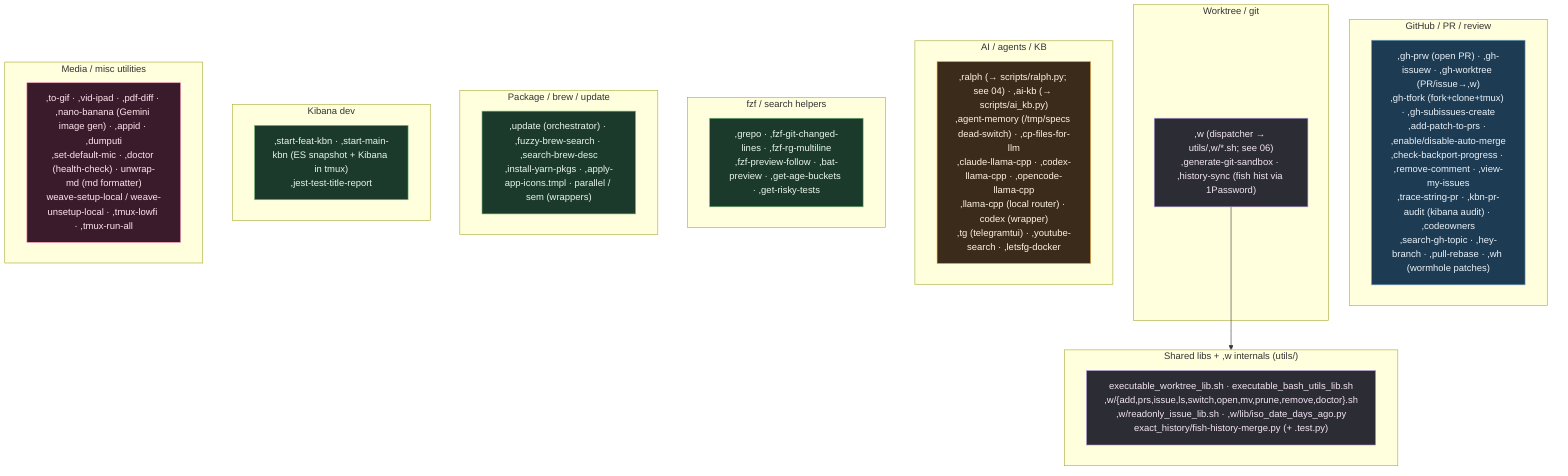
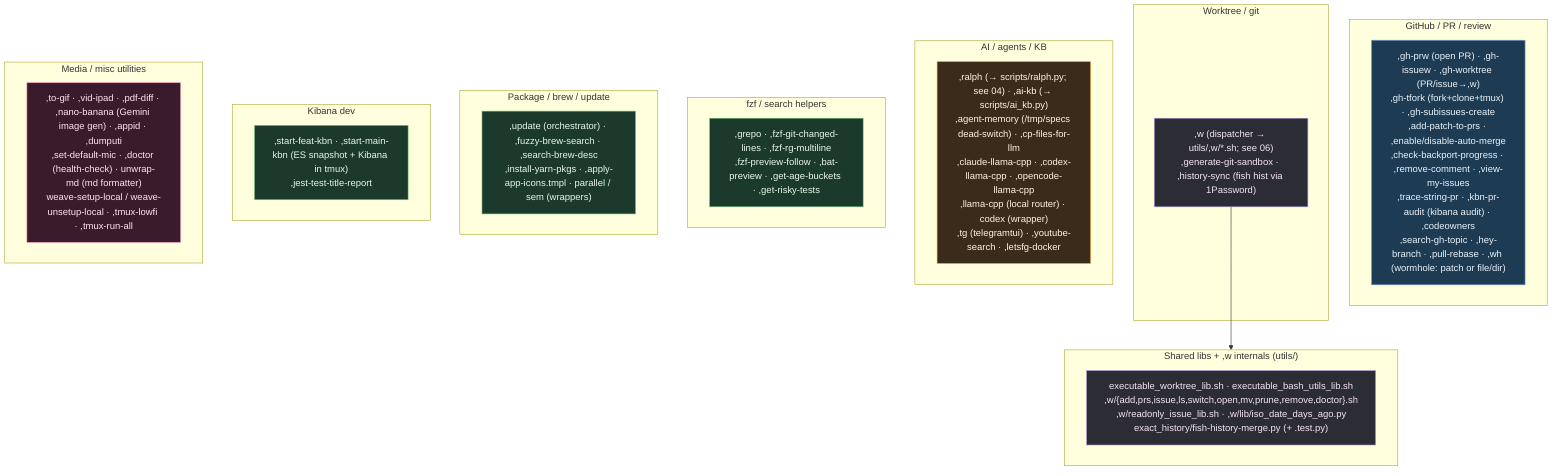
%% ============================================================================
%% 07c-bin-commands.mmd — Every script in home/exact_bin/ (80 incl. utils).
%% executable_,* → ~/bin/,* (comma-prefixed user commands). A few are plain
%% wrappers (parallel/sem/codex). Most have a fish completion (07) + some zsh.
%% ============================================================================
flowchart TB
    classDef gh fill:#1d3b53,stroke:#7fb3d5,color:#eaf2f8;
    classDef wt fill:#2c2c34,stroke:#b39ddb,color:#f3e5f5;
    classDef ai fill:#3a2b1b,stroke:#ffb74d,color:#fff3e0;
    classDef media fill:#3a1b2b,stroke:#f48fb1,color:#fce4ec;
    classDef sys fill:#1b3a2b,stroke:#81c784,color:#e8f5e9;

    subgraph GHC["GitHub / PR / review"]
-         G[",gh-prw (open PR) · ,gh-issuew · ,gh-worktree (PR/issue→,w)<br/>,gh-tfork (fork+clone+tmux) · ,gh-subissues-create<br/>,add-patch-to-prs · ,enable/disable-auto-merge<br/>,check-backport-progress · ,remove-comment · ,view-my-issues<br/>,trace-string-pr · ,kbn-pr-audit (kibana audit) · ,codeowners<br/>,search-gh-topic · ,hey-branch · ,pull-rebase · ,wh (wormhole patches)"]:::gh
+         G[",gh-prw (open PR) · ,gh-issuew · ,gh-worktree (PR/issue→,w)<br/>,gh-tfork (fork+clone+tmux) · ,gh-subissues-create<br/>,add-patch-to-prs · ,enable/disable-auto-merge<br/>,check-backport-progress · ,remove-comment · ,view-my-issues<br/>,trace-string-pr · ,kbn-pr-audit (kibana audit) · ,codeowners<br/>,search-gh-topic · ,hey-branch · ,pull-rebase · ,wh (wormhole: patch or file/dir)"]:::gh
    end

    subgraph WTC["Worktree / git"]
        W[",w (dispatcher → utils/,w/*.sh; see 06)<br/>,generate-git-sandbox · ,history-sync (fish hist via 1Password)"]:::wt
    end

    subgraph AIC["AI / agents / KB"]
        A[",ralph (→ scripts/ralph.py; see 04) · ,ai-kb (→ scripts/ai_kb.py)<br/>,agent-memory (/tmp/specs dead-switch) · ,cp-files-for-llm<br/>,claude-llama-cpp · ,codex-llama-cpp · ,opencode-llama-cpp<br/>,llama-cpp (local router) · codex (wrapper)<br/>,tg (telegramtui) · ,youtube-search · ,letsfg-docker"]:::ai
    end

    subgraph FZFC["fzf / search helpers"]
        F[",grepo · ,fzf-git-changed-lines · ,fzf-rg-multiline<br/>,fzf-preview-follow · ,bat-preview · ,get-age-buckets · ,get-risky-tests"]:::sys
    end

    subgraph PKGC["Package / brew / update"]
        P[",update (orchestrator) · ,fuzzy-brew-search · ,search-brew-desc<br/>,install-yarn-pkgs · ,apply-app-icons.tmpl · parallel / sem (wrappers)"]:::sys
    end

    subgraph KBNC["Kibana dev"]
        K[",start-feat-kbn · ,start-main-kbn (ES snapshot + Kibana in tmux)<br/>,jest-test-title-report"]:::sys
    end

    subgraph MEDIA["Media / misc utilities"]
        M[",to-gif · ,vid-ipad · ,pdf-diff · ,nano-banana (Gemini image gen) · ,appid · ,dumputi<br/>,set-default-mic · ,doctor (health-check) · unwrap-md (md formatter)<br/>weave-setup-local / weave-unsetup-local · ,tmux-lowfi · ,tmux-run-all"]:::media
    end

    subgraph LIBS["Shared libs + ,w internals (utils/)"]
        L["executable_worktree_lib.sh · executable_bash_utils_lib.sh<br/>,w/{add,prs,issue,ls,switch,open,mv,prune,remove,doctor}.sh<br/>,w/readonly_issue_lib.sh · ,w/lib/iso_date_days_ago.py<br/>exact_history/fish-history-merge.py (+ .test.py)"]:::wt
    end
    W --> LIBS
